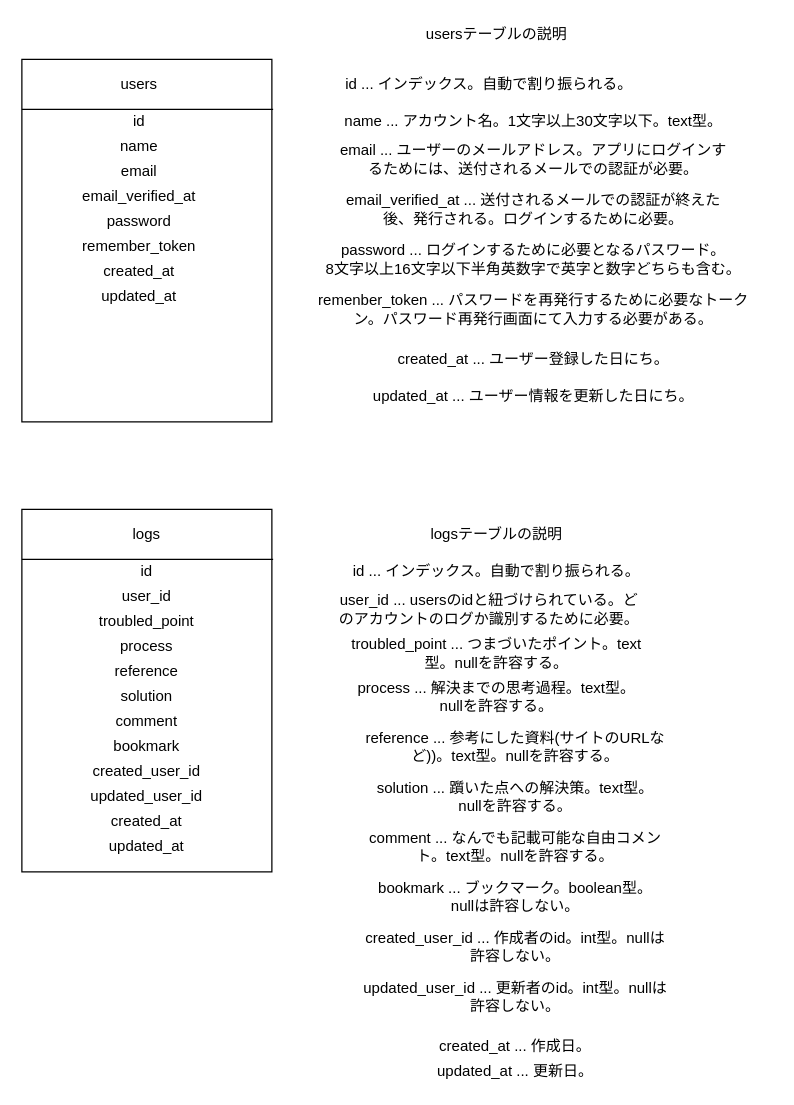
This is テーブル定義書.drawio from otake619/engineer_stack_requirement_definition, a draw.io file, before an edit. Source tidied: cells renumbered, new cells numbered last; positions are measured from the earlier drawing's top-left corner, leaving out a move shared by most shapes. Both pictures are drawn from the tidied source at 125%, with x=0, y=0 at pixel (21, 21).
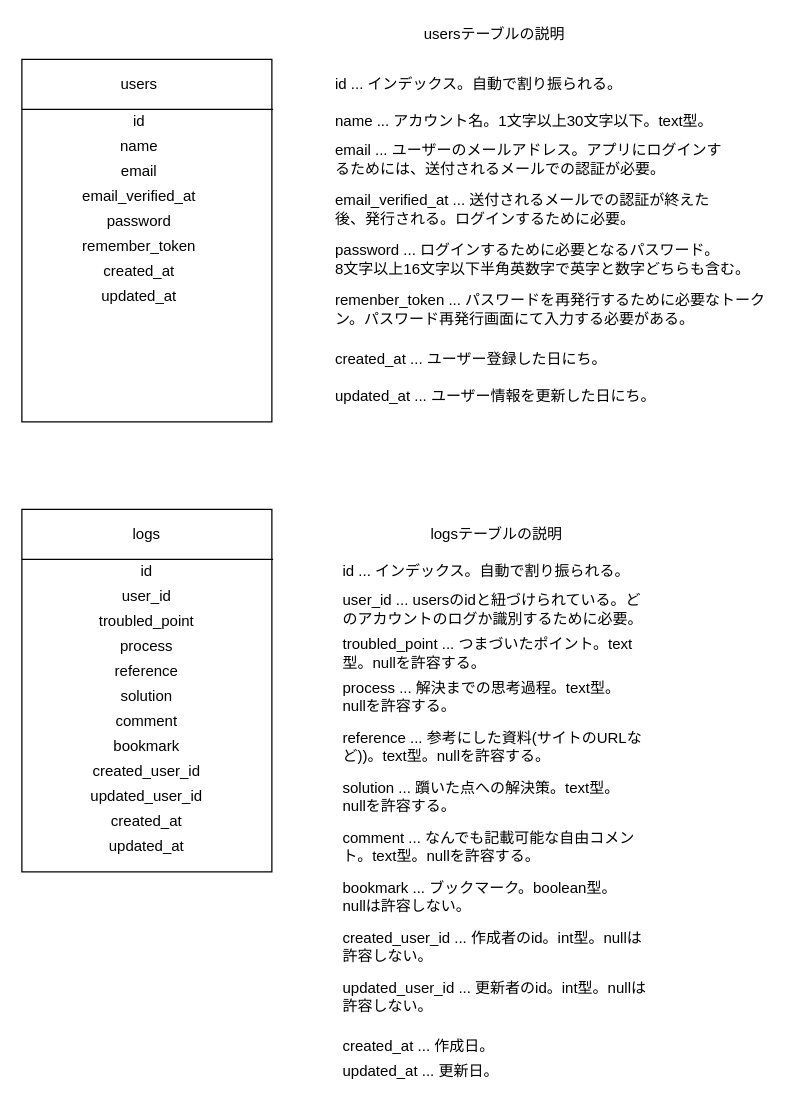
After the change.

Commit message:
テーブル定義書のレイアウトを修正。

Diff of the diagram source:
```diff
@@
-    <mxCell id="28" value="usersテーブルの説明" style="text;html=1;strokeColor=none;fillColor=none;align=center;verticalAlign=middle;whiteSpace=wrap;rounded=0;" parent="1" vertex="1">
+    <mxCell id="28" value="usersテーブルの説明" style="text;html=1;strokeColor=none;fillColor=none;align=left;verticalAlign=middle;whiteSpace=wrap;rounded=0;" parent="1" vertex="1">
       <mxGeometry x="320" width="120" height="20" as="geometry" />
     </mxCell>
-    <mxCell id="29" value="id ... インデックス。自動で割り振られる。" style="text;html=1;strokeColor=none;fillColor=none;align=center;verticalAlign=middle;whiteSpace=wrap;rounded=0;" parent="1" vertex="1">
+    <mxCell id="29" value="id ... インデックス。自動で割り振られる。" style="text;html=1;strokeColor=none;fillColor=none;align=left;verticalAlign=middle;whiteSpace=wrap;rounded=0;" parent="1" vertex="1">
       <mxGeometry x="249" y="40" width="250" height="20" as="geometry" />
     </mxCell>
-    <mxCell id="30" value="name ... アカウント名。1文字以上30文字以下。text型。" style="text;html=1;strokeColor=none;fillColor=none;align=center;verticalAlign=middle;whiteSpace=wrap;rounded=0;" parent="1" vertex="1">
+    <mxCell id="30" value="name ... アカウント名。1文字以上30文字以下。text型。" style="text;html=1;strokeColor=none;fillColor=none;align=left;verticalAlign=middle;whiteSpace=wrap;rounded=0;" parent="1" vertex="1">
       <mxGeometry x="249" y="70" width="321" height="20" as="geometry" />
     </mxCell>
-    <mxCell id="31" value="email ... ユーザーのメールアドレス。アプリにログインするためには、送付されるメールでの認証が必要。" style="text;html=1;strokeColor=none;fillColor=none;align=center;verticalAlign=middle;whiteSpace=wrap;rounded=0;" parent="1" vertex="1">
+    <mxCell id="31" value="email ... ユーザーのメールアドレス。アプリにログインするためには、送付されるメールでの認証が必要。" style="text;html=1;strokeColor=none;fillColor=none;align=left;verticalAlign=middle;whiteSpace=wrap;rounded=0;" parent="1" vertex="1">
       <mxGeometry x="249" y="100" width="321" height="20" as="geometry" />
     </mxCell>
-    <mxCell id="32" value="email_verified_at ... 送付されるメールでの認証が終えた後、発行される。ログインするために必要。" style="text;html=1;strokeColor=none;fillColor=none;align=center;verticalAlign=middle;whiteSpace=wrap;rounded=0;" parent="1" vertex="1">
+    <mxCell id="32" value="email_verified_at ... 送付されるメールでの認証が終えた後、発行される。ログインするために必要。" style="text;html=1;strokeColor=none;fillColor=none;align=left;verticalAlign=middle;whiteSpace=wrap;rounded=0;" parent="1" vertex="1">
       <mxGeometry x="249" y="140" width="321" height="20" as="geometry" />
     </mxCell>
-    <mxCell id="33" value="password ... ログインするために必要となるパスワード。&lt;br&gt;8文字以上16文字以下半角英数字で英字と数字どちらも含む。" style="text;html=1;strokeColor=none;fillColor=none;align=center;verticalAlign=middle;whiteSpace=wrap;rounded=0;" parent="1" vertex="1">
-      <mxGeometry x="234" y="180" width="351" height="20" as="geometry" />
+    <mxCell id="33" value="password ... ログインするために必要となるパスワード。&lt;br&gt;8文字以上16文字以下半角英数字で英字と数字どちらも含む。" style="text;html=1;strokeColor=none;fillColor=none;align=left;verticalAlign=middle;whiteSpace=wrap;rounded=0;" parent="1" vertex="1">
+      <mxGeometry x="249" y="180" width="351" height="20" as="geometry" />
     </mxCell>
-    <mxCell id="34" value="remenber_token ... パスワードを再発行するために必要なトークン。パスワード再発行画面にて入力する必要がある。" style="text;html=1;strokeColor=none;fillColor=none;align=center;verticalAlign=middle;whiteSpace=wrap;rounded=0;" parent="1" vertex="1">
-      <mxGeometry x="234" y="220" width="351" height="20" as="geometry" />
+    <mxCell id="34" value="remenber_token ... パスワードを再発行するために必要なトークン。パスワード再発行画面にて入力する必要がある。" style="text;html=1;strokeColor=none;fillColor=none;align=left;verticalAlign=middle;whiteSpace=wrap;rounded=0;" parent="1" vertex="1">
+      <mxGeometry x="249" y="220" width="351" height="20" as="geometry" />
     </mxCell>
-    <mxCell id="35" value="created_at ... ユーザー登録した日にち。" style="text;html=1;strokeColor=none;fillColor=none;align=center;verticalAlign=middle;whiteSpace=wrap;rounded=0;" parent="1" vertex="1">
-      <mxGeometry x="234" y="260" width="351" height="20" as="geometry" />
+    <mxCell id="35" value="created_at ... ユーザー登録した日にち。" style="text;html=1;strokeColor=none;fillColor=none;align=left;verticalAlign=middle;whiteSpace=wrap;rounded=0;" parent="1" vertex="1">
+      <mxGeometry x="249" y="260" width="351" height="20" as="geometry" />
     </mxCell>
-    <mxCell id="36" value="updated_at ... ユーザー情報を更新した日にち。" style="text;html=1;strokeColor=none;fillColor=none;align=center;verticalAlign=middle;whiteSpace=wrap;rounded=0;" parent="1" vertex="1">
-      <mxGeometry x="234" y="290" width="351" height="20" as="geometry" />
+    <mxCell id="36" value="updated_at ... ユーザー情報を更新した日にち。" style="text;html=1;strokeColor=none;fillColor=none;align=left;verticalAlign=middle;whiteSpace=wrap;rounded=0;" parent="1" vertex="1">
+      <mxGeometry x="249" y="290" width="351" height="20" as="geometry" />
     </mxCell>
-    <mxCell id="37" value="id ... インデックス。自動で割り振られる。" style="text;html=1;strokeColor=none;fillColor=none;align=center;verticalAlign=middle;whiteSpace=wrap;rounded=0;" parent="1" vertex="1">
+    <mxCell id="37" value="id ... インデックス。自動で割り振られる。" style="text;html=1;strokeColor=none;fillColor=none;align=left;verticalAlign=middle;whiteSpace=wrap;rounded=0;" parent="1" vertex="1">
       <mxGeometry x="255" y="430" width="250" height="20" as="geometry" />
     </mxCell>
@@
-    <mxCell id="39" value="user_id ... usersのidと紐づけられている。どのアカウントのログか識別するために必要。" style="text;html=1;strokeColor=none;fillColor=none;align=center;verticalAlign=middle;whiteSpace=wrap;rounded=0;" parent="1" vertex="1">
-      <mxGeometry x="249" y="460" width="250" height="20" as="geometry" />
+    <mxCell id="39" value="user_id ... usersのidと紐づけられている。どのアカウントのログか識別するために必要。" style="text;html=1;strokeColor=none;fillColor=none;align=left;verticalAlign=middle;whiteSpace=wrap;rounded=0;" parent="1" vertex="1">
+      <mxGeometry x="255" y="460" width="250" height="20" as="geometry" />
     </mxCell>
-    <mxCell id="40" value="troubled_point ... つまづいたポイント。text型。nullを許容する。" style="text;html=1;strokeColor=none;fillColor=none;align=center;verticalAlign=middle;whiteSpace=wrap;rounded=0;" parent="1" vertex="1">
+    <mxCell id="40" value="troubled_point ... つまづいたポイント。text型。nullを許容する。" style="text;html=1;strokeColor=none;fillColor=none;align=left;verticalAlign=middle;whiteSpace=wrap;rounded=0;" parent="1" vertex="1">
       <mxGeometry x="255" y="495" width="250" height="20" as="geometry" />
     </mxCell>
-    <mxCell id="41" value="process ... 解決までの思考過程。text型。&lt;br&gt;nullを許容する。" style="text;html=1;strokeColor=none;fillColor=none;align=center;verticalAlign=middle;whiteSpace=wrap;rounded=0;" parent="1" vertex="1">
+    <mxCell id="41" value="process ... 解決までの思考過程。text型。&lt;br&gt;nullを許容する。" style="text;html=1;strokeColor=none;fillColor=none;align=left;verticalAlign=middle;whiteSpace=wrap;rounded=0;" parent="1" vertex="1">
       <mxGeometry x="255" y="530" width="250" height="20" as="geometry" />
     </mxCell>
-    <mxCell id="42" value="reference ... 参考にした資料(サイトのURLなど))。text型。nullを許容する。" style="text;html=1;strokeColor=none;fillColor=none;align=center;verticalAlign=middle;whiteSpace=wrap;rounded=0;" parent="1" vertex="1">
-      <mxGeometry x="270" y="570" width="250" height="20" as="geometry" />
+    <mxCell id="42" value="reference ... 参考にした資料(サイトのURLなど))。text型。nullを許容する。" style="text;html=1;strokeColor=none;fillColor=none;align=left;verticalAlign=middle;whiteSpace=wrap;rounded=0;" parent="1" vertex="1">
+      <mxGeometry x="255" y="570" width="250" height="20" as="geometry" />
     </mxCell>
-    <mxCell id="43" value="solution ... 躓いた点への解決策。text型。&lt;br&gt;nullを許容する。" style="text;html=1;strokeColor=none;fillColor=none;align=center;verticalAlign=middle;whiteSpace=wrap;rounded=0;" parent="1" vertex="1">
-      <mxGeometry x="270" y="610" width="250" height="20" as="geometry" />
+    <mxCell id="43" value="solution ... 躓いた点への解決策。text型。&lt;br&gt;nullを許容する。" style="text;html=1;strokeColor=none;fillColor=none;align=left;verticalAlign=middle;whiteSpace=wrap;rounded=0;" parent="1" vertex="1">
+      <mxGeometry x="255" y="610" width="250" height="20" as="geometry" />
     </mxCell>
-    <mxCell id="44" value="comment ... なんでも記載可能な自由コメント。text型。nullを許容する。" style="text;html=1;strokeColor=none;fillColor=none;align=center;verticalAlign=middle;whiteSpace=wrap;rounded=0;" parent="1" vertex="1">
-      <mxGeometry x="270" y="650" width="250" height="20" as="geometry" />
+    <mxCell id="44" value="comment ... なんでも記載可能な自由コメント。text型。nullを許容する。" style="text;html=1;strokeColor=none;fillColor=none;align=left;verticalAlign=middle;whiteSpace=wrap;rounded=0;" parent="1" vertex="1">
+      <mxGeometry x="255" y="650" width="250" height="20" as="geometry" />
     </mxCell>
-    <mxCell id="45" value="bookmark ... ブックマーク。boolean型。&lt;br&gt;nullは許容しない。" style="text;html=1;strokeColor=none;fillColor=none;align=center;verticalAlign=middle;whiteSpace=wrap;rounded=0;" parent="1" vertex="1">
-      <mxGeometry x="270" y="690" width="250" height="20" as="geometry" />
+    <mxCell id="45" value="bookmark ... ブックマーク。boolean型。&lt;br&gt;nullは許容しない。" style="text;html=1;strokeColor=none;fillColor=none;align=left;verticalAlign=middle;whiteSpace=wrap;rounded=0;" parent="1" vertex="1">
+      <mxGeometry x="255" y="690" width="250" height="20" as="geometry" />
     </mxCell>
-    <mxCell id="46" value="created_user_id ... 作成者のid。int型。nullは許容しない。" style="text;html=1;strokeColor=none;fillColor=none;align=center;verticalAlign=middle;whiteSpace=wrap;rounded=0;" parent="1" vertex="1">
-      <mxGeometry x="270" y="730" width="250" height="20" as="geometry" />
+    <mxCell id="46" value="created_user_id ... 作成者のid。int型。nullは許容しない。" style="text;html=1;strokeColor=none;fillColor=none;align=left;verticalAlign=middle;whiteSpace=wrap;rounded=0;" parent="1" vertex="1">
+      <mxGeometry x="255" y="730" width="250" height="20" as="geometry" />
     </mxCell>
-    <mxCell id="47" value="updated_user_id ... 更新者のid。int型。nullは許容しない。" style="text;html=1;strokeColor=none;fillColor=none;align=center;verticalAlign=middle;whiteSpace=wrap;rounded=0;" parent="1" vertex="1">
-      <mxGeometry x="270" y="770" width="250" height="20" as="geometry" />
+    <mxCell id="47" value="updated_user_id ... 更新者のid。int型。nullは許容しない。" style="text;html=1;strokeColor=none;fillColor=none;align=left;verticalAlign=middle;whiteSpace=wrap;rounded=0;" parent="1" vertex="1">
+      <mxGeometry x="255" y="770" width="250" height="20" as="geometry" />
     </mxCell>
-    <mxCell id="48" value="created_at ... 作成日。" style="text;html=1;strokeColor=none;fillColor=none;align=center;verticalAlign=middle;whiteSpace=wrap;rounded=0;" parent="1" vertex="1">
-      <mxGeometry x="270" y="810" width="250" height="20" as="geometry" />
+    <mxCell id="48" value="created_at ... 作成日。" style="text;html=1;strokeColor=none;fillColor=none;align=left;verticalAlign=middle;whiteSpace=wrap;rounded=0;" parent="1" vertex="1">
+      <mxGeometry x="255" y="810" width="250" height="20" as="geometry" />
     </mxCell>
-    <mxCell id="49" value="updated_at ... 更新日。" style="text;html=1;strokeColor=none;fillColor=none;align=center;verticalAlign=middle;whiteSpace=wrap;rounded=0;" parent="1" vertex="1">
-      <mxGeometry x="270" y="830" width="250" height="20" as="geometry" />
+    <mxCell id="49" value="updated_at ... 更新日。" style="text;html=1;strokeColor=none;fillColor=none;align=left;verticalAlign=middle;whiteSpace=wrap;rounded=0;" parent="1" vertex="1">
+      <mxGeometry x="255" y="830" width="250" height="20" as="geometry" />
     </mxCell>
```
